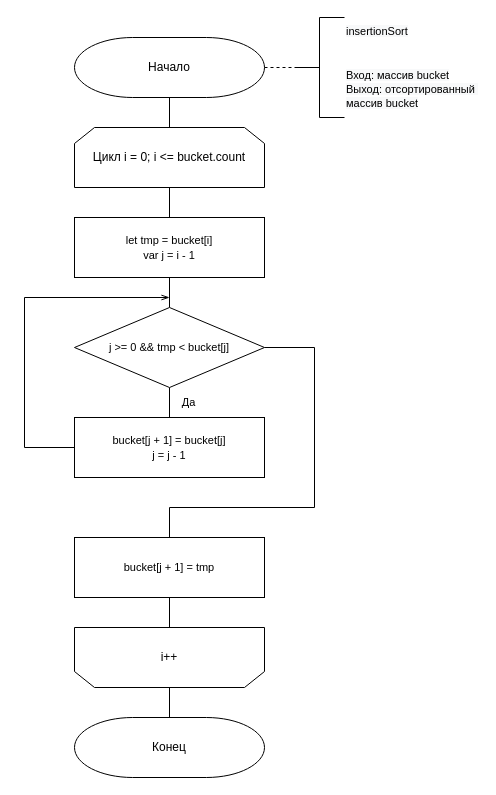
Before: page "Insertion" (4 of 4) of lab_03/report/drawio/Sort.drawio in poliorang/aa_bmstu5, a draw.io diagram. Source tidied: cells renumbered, new cells numbered last; positions are measured from the earlier drawing's top-left corner, leaving out a move shared by most shapes. Both pictures are drawn from the tidied source at 100%, with x=0, y=0 at pixel (24, 17).
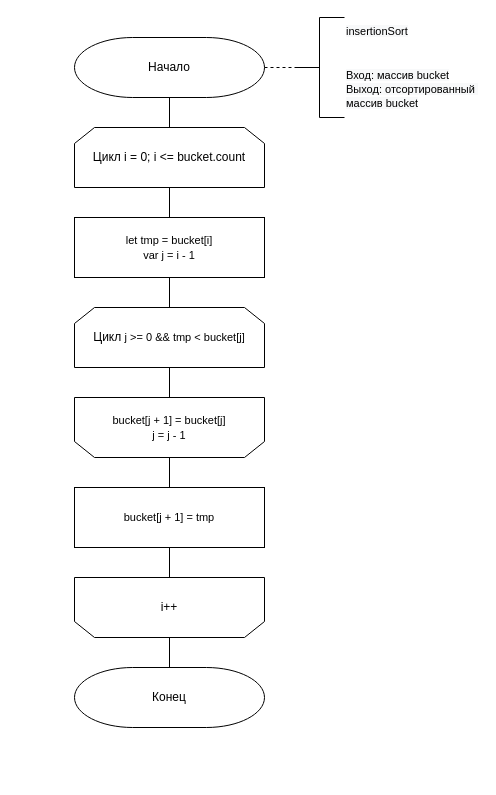
Above is the later version.

Unchanged cells that the change refers to:
```xml
<mxCell id="9" value="&lt;span style=&quot;font-size: 11px; text-align: left;&quot; class=&quot;s1&quot;&gt;let&lt;/span&gt;&lt;span style=&quot;font-size: 11px; text-align: left;&quot;&gt;&amp;nbsp;tmp = bucket[i]&lt;/span&gt;&lt;br style=&quot;font-size: 11px; text-align: left;&quot;&gt;&lt;span style=&quot;font-size: 11px; text-align: left; background-color: initial;&quot; class=&quot;s1&quot;&gt;var&lt;/span&gt;&lt;span style=&quot;font-size: 11px; text-align: left; background-color: initial;&quot;&gt;&amp;nbsp;j = i -&amp;nbsp;&lt;/span&gt;&lt;span style=&quot;font-size: 11px; text-align: left; background-color: initial;&quot; class=&quot;s2&quot;&gt;1&lt;/span&gt;" style="rounded=0;whiteSpace=wrap;html=1;strokeWidth=1;align=center;fontStyle=0;" parent="1" vertex="1">
  <mxGeometry x="50" y="200" width="190" height="60" as="geometry" />
</mxCell>
```

The edit, as a diff of the source:
```diff
@@
-    <mxCell id="8" style="edgeStyle=orthogonalEdgeStyle;rounded=0;jettySize=auto;html=1;exitX=0.5;exitY=1;exitDx=0;exitDy=0;entryX=0.5;entryY=0;entryDx=0;entryDy=0;fontSize=11;endArrow=none;endFill=0;" parent="1" edge="1" source="9" target="12">
-      <mxGeometry relative="1" as="geometry" />
+    <mxCell id="8" style="edgeStyle=orthogonalEdgeStyle;rounded=0;jettySize=auto;html=1;exitX=0.5;exitY=1;exitDx=0;exitDy=0;entryX=0.5;entryY=0;entryDx=0;entryDy=0;fontSize=11;endArrow=none;endFill=0;" parent="1" edge="1" source="9">
+      <mxGeometry relative="1" as="geometry">
+        <mxPoint x="145" y="290" as="targetPoint" />
+      </mxGeometry>
     </mxCell>
@@
-    <mxCell id="10" style="edgeStyle=orthogonalEdgeStyle;rounded=0;jettySize=auto;html=1;exitX=0.5;exitY=1;exitDx=0;exitDy=0;entryX=0.5;entryY=0;entryDx=0;entryDy=0;fontSize=11;endArrow=none;endFill=0;" parent="1" edge="1" source="12" target="14">
-      <mxGeometry relative="1" as="geometry" />
-    </mxCell>
-    <mxCell id="11" style="edgeStyle=orthogonalEdgeStyle;rounded=0;jettySize=auto;html=1;exitX=1;exitY=0.5;exitDx=0;exitDy=0;fontSize=11;endArrow=none;endFill=0;" parent="1" edge="1" source="12" target="17">
-      <mxGeometry relative="1" as="geometry">
-        <Array as="points">
-          <mxPoint x="290" y="330" />
-          <mxPoint x="290" y="490" />
-          <mxPoint x="145" y="490" />
-        </Array>
-      </mxGeometry>
-    </mxCell>
-    <mxCell id="12" value="&lt;span style=&quot;text-align: left;&quot;&gt;j &amp;gt;=&amp;nbsp;&lt;/span&gt;&lt;span style=&quot;text-align: left;&quot; class=&quot;s1&quot;&gt;0&lt;/span&gt;&lt;span style=&quot;text-align: left;&quot;&gt;&amp;nbsp;&amp;amp;&amp;amp; tmp &amp;lt; bucket[j]&lt;/span&gt;" style="rhombus;whiteSpace=wrap;html=1;fontSize=11;" parent="1" vertex="1">
-      <mxGeometry x="50" y="290" width="190" height="80" as="geometry" />
-    </mxCell>
-    <mxCell id="13" style="edgeStyle=orthogonalEdgeStyle;rounded=0;jettySize=auto;html=1;exitX=0;exitY=0.5;exitDx=0;exitDy=0;fontSize=11;endArrow=openThin;endFill=0;" parent="1" edge="1" source="14">
-      <mxGeometry relative="1" as="geometry">
-        <mxPoint x="145" y="280" as="targetPoint" />
-        <Array as="points">
-          <mxPoint y="430" />
-          <mxPoint y="280" />
-        </Array>
-      </mxGeometry>
-    </mxCell>
-    <mxCell id="14" value="&lt;span style=&quot;font-size: 11px; text-align: left;&quot;&gt;bucket[j +&amp;nbsp;&lt;/span&gt;&lt;span style=&quot;font-size: 11px; text-align: left;&quot; class=&quot;s1&quot;&gt;1&lt;/span&gt;&lt;span style=&quot;font-size: 11px; text-align: left;&quot;&gt;] = bucket[j]&lt;/span&gt;&lt;br style=&quot;font-size: 11px; text-align: left;&quot;&gt;&lt;span style=&quot;font-size: 11px; text-align: left; background-color: initial;&quot;&gt;j = j -&amp;nbsp;&lt;/span&gt;&lt;span style=&quot;font-size: 11px; text-align: left; background-color: initial;&quot; class=&quot;s1&quot;&gt;1&lt;/span&gt;" style="rounded=0;whiteSpace=wrap;html=1;strokeWidth=1;align=center;fontStyle=0;" parent="1" vertex="1">
-      <mxGeometry x="50" y="400" width="190" height="60" as="geometry" />
-    </mxCell>
-    <mxCell id="15" value="Да&lt;br&gt;" style="text;html=1;align=center;verticalAlign=middle;strokeColor=none;fillColor=none;fontSize=11;" parent="1" vertex="1">
-      <mxGeometry x="144" y="370" width="40" height="30" as="geometry" />
-    </mxCell>
@@
     <mxCell id="17" value="&lt;span style=&quot;font-size: 11px; text-align: left;&quot;&gt;bucket[j +&amp;nbsp;&lt;/span&gt;&lt;span style=&quot;font-size: 11px; text-align: left;&quot; class=&quot;s1&quot;&gt;1&lt;/span&gt;&lt;span style=&quot;font-size: 11px; text-align: left;&quot;&gt;] = tmp&lt;/span&gt;" style="rounded=0;whiteSpace=wrap;html=1;strokeWidth=1;align=center;fontStyle=0;" parent="1" vertex="1">
-      <mxGeometry x="50" y="520" width="190" height="60" as="geometry" />
+      <mxGeometry x="50" y="470" width="190" height="60" as="geometry" />
     </mxCell>
     <mxCell id="18" value="Конец" style="strokeWidth=1;html=1;shape=mxgraph.flowchart.terminator;whiteSpace=wrap;" parent="1" vertex="1">
-      <mxGeometry x="50" y="700" width="190" height="60" as="geometry" />
+      <mxGeometry x="50" y="650" width="190" height="60" as="geometry" />
     </mxCell>
@@
     <mxCell id="20" value="i++" style="shape=loopLimit;whiteSpace=wrap;html=1;strokeWidth=1;direction=west;" parent="1" vertex="1">
-      <mxGeometry x="50" y="610" width="190" height="60" as="geometry" />
+      <mxGeometry x="50" y="560" width="190" height="60" as="geometry" />
     </mxCell>
+    <mxCell id="21" style="edgeStyle=orthogonalEdgeStyle;rounded=0;jettySize=auto;html=1;exitX=0.5;exitY=1;exitDx=0;exitDy=0;endArrow=none;endFill=0;" parent="1" edge="1" source="22" target="14">
+      <mxGeometry relative="1" as="geometry" />
+    </mxCell>
+    <mxCell id="22" value="Цикл&amp;nbsp;&lt;span style=&quot;font-size: 11px; text-align: left;&quot;&gt;j &amp;gt;=&amp;nbsp;&lt;/span&gt;&lt;span style=&quot;font-size: 11px; text-align: left;&quot; class=&quot;s1&quot;&gt;0&lt;/span&gt;&lt;span style=&quot;font-size: 11px; text-align: left;&quot;&gt;&amp;nbsp;&amp;amp;&amp;amp; tmp &amp;lt; bucket[j]&lt;/span&gt;" style="shape=loopLimit;whiteSpace=wrap;html=1;strokeWidth=1;" parent="1" vertex="1">
+      <mxGeometry x="50" y="290" width="190" height="60" as="geometry" />
+    </mxCell>
+    <mxCell id="23" style="edgeStyle=orthogonalEdgeStyle;rounded=0;jettySize=auto;html=1;exitX=0.5;exitY=0;exitDx=0;exitDy=0;endArrow=none;endFill=0;" parent="1" edge="1" source="14" target="17">
+      <mxGeometry relative="1" as="geometry" />
+    </mxCell>
+    <mxCell id="14" value="&lt;span style=&quot;font-size: 11px; text-align: left;&quot;&gt;bucket[j +&amp;nbsp;&lt;/span&gt;&lt;span style=&quot;font-size: 11px; text-align: left;&quot; class=&quot;s1&quot;&gt;1&lt;/span&gt;&lt;span style=&quot;font-size: 11px; text-align: left;&quot;&gt;] = bucket[j]&lt;/span&gt;&lt;br style=&quot;font-size: 11px; text-align: left;&quot;&gt;&lt;span style=&quot;background-color: initial; font-size: 11px; text-align: left;&quot;&gt;j = j -&amp;nbsp;&lt;/span&gt;&lt;span style=&quot;background-color: initial; font-size: 11px; text-align: left;&quot; class=&quot;s1&quot;&gt;1&lt;/span&gt;" style="shape=loopLimit;whiteSpace=wrap;html=1;strokeWidth=1;direction=west;" parent="1" vertex="1">
+      <mxGeometry x="50" y="380" width="190" height="60" as="geometry" />
+    </mxCell>
```
